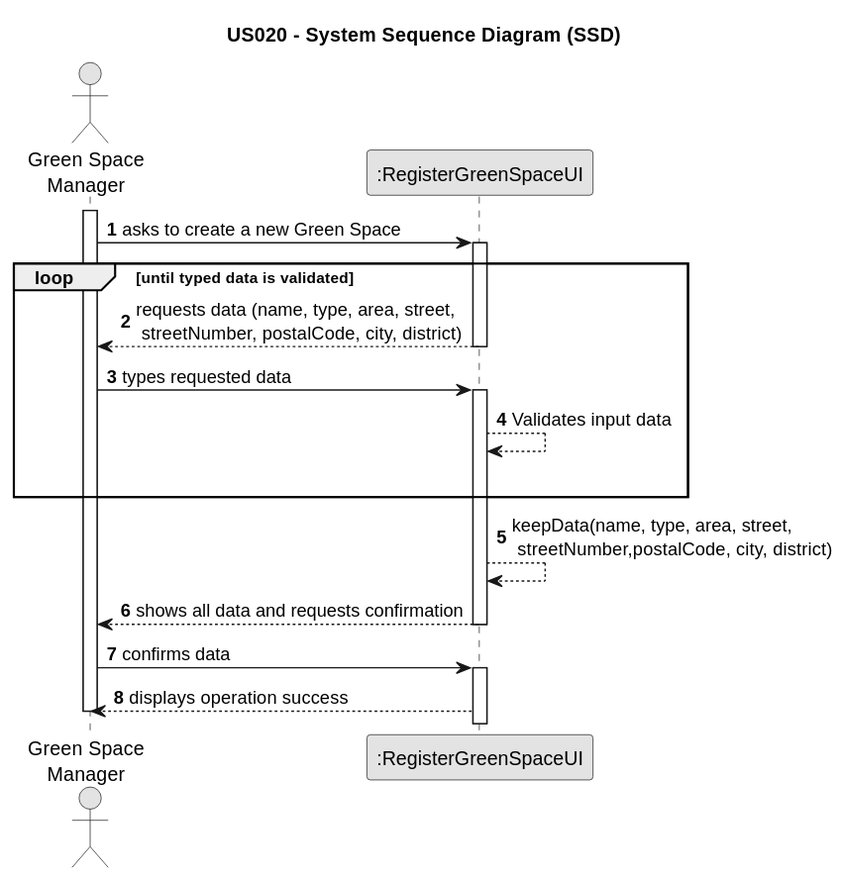
Earlier version of the PlantUML export docs/sprintC/us020/01.requirements-engineering/svg/us020-system-sequence-diagram.svg (Rui-San/LAPR2_2023_2024).
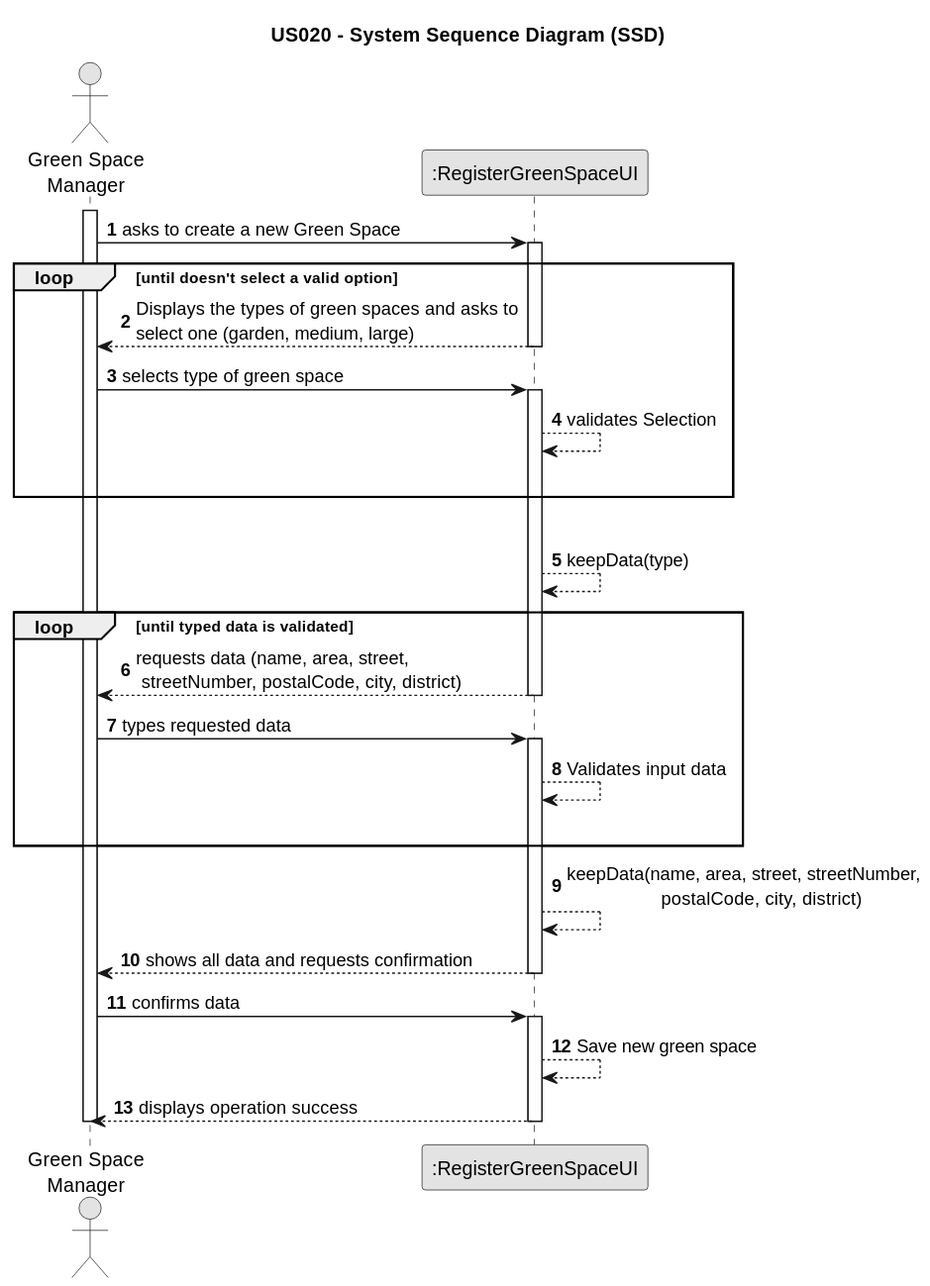
The same diagram one commit later.

Commit message:
US20: Fixed SSD / SD and rationale table with the addition of green space type selection instead of typing data.

The edit, as a diff of the source:
```diff
@@ -15,10 +15,21 @@
     GSM -> UI : asks to create a new Green Space
     activate UI
 
+    loop until doesn't select a valid option
+UI --> GSM : Displays the types of green spaces and asks to\nselect one (garden, medium, large)
+    deactivate UI
+
+    GSM -> UI : selects type of green space
+    activate UI
+    UI --> UI: validates Selection
+                    |||
+                    end
+                    |||
+        UI --> UI : keepData(type)
 
 
 loop until typed data is validated
-        UI --> GSM : requests data (name, type, area, street,\n streetNumber, postalCode, city, district)
+        UI --> GSM : requests data (name, area, street,\n streetNumber, postalCode, city, district)
     deactivate UI
 
     GSM -> UI : types requested data
@@ -27,13 +38,16 @@
     UI --> UI: Validates input data
     |||
 end loop
-        UI --> UI : keepData(name, type, area, street,\n streetNumber,postalCode, city, district)
+        UI --> UI : keepData(name, area, street, streetNumber,\n                 postalCode, city, district)
         UI --> GSM : shows all data and requests confirmation
     deactivate UI
 
     GSM -> UI : confirms data
     activate UI
 
+    UI --> UI : Save new green space
+
         UI --> GSM : displays operation success
+        deactivate UI
     deactivate GSM
 @enduml
```
